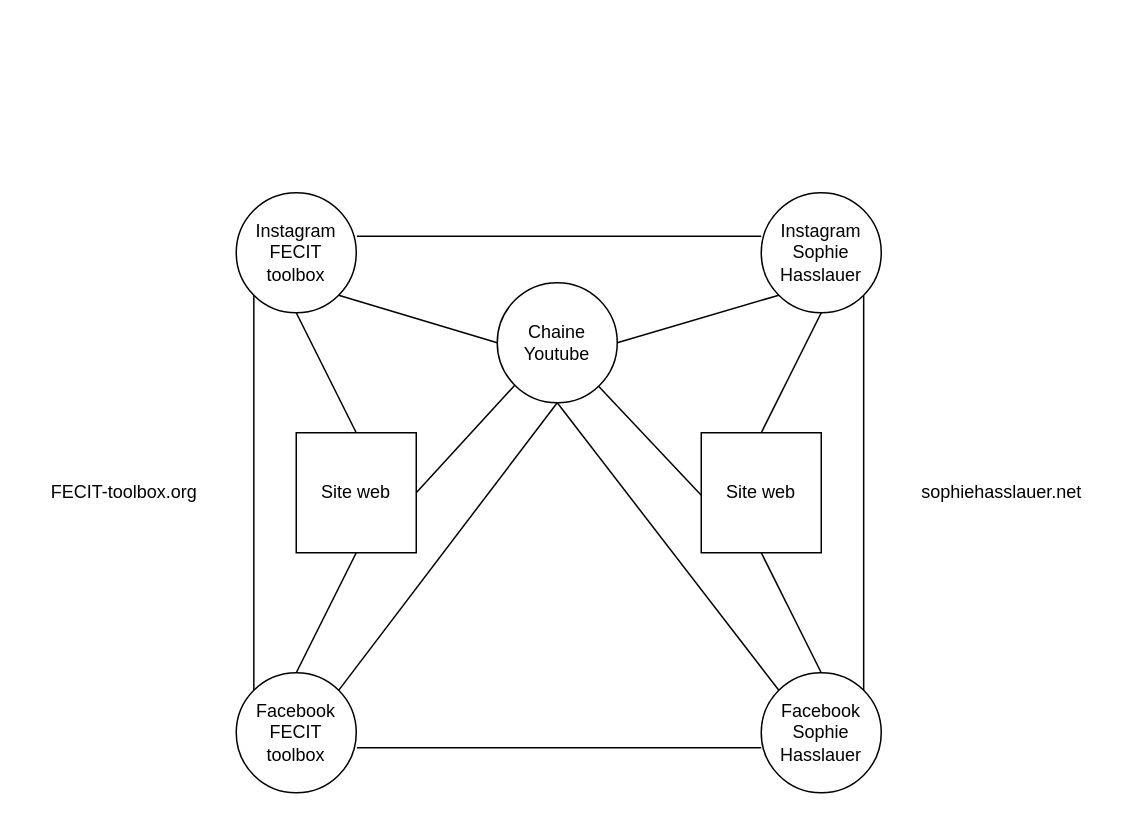
Before: site_rx_sh_fecit.drawio in sebatease/cvperso, a draw.io diagram. Source tidied: cells renumbered, new cells numbered last; positions are measured from the earlier drawing's top-left corner, leaving out a move shared by most shapes. Both pictures are drawn from the tidied source at 150%, with x=0, y=0 at pixel (40, 192).
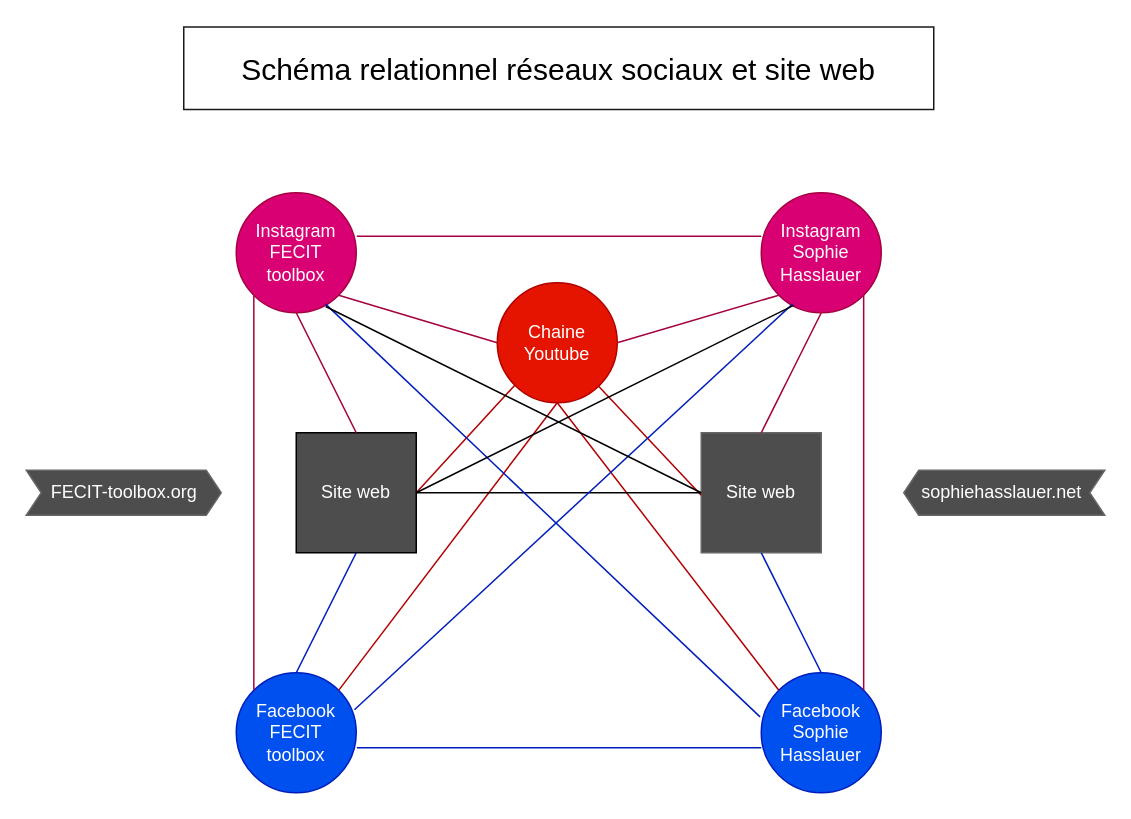
After the change.

The edit, as a diff of the source:
```diff
@@
+    <mxCell id="25" style="rounded=0;whiteSpace=wrap;html=1;fontSize=13;fontColor=#1A1A1A;strokeColor=#1A1A1A;strokeWidth=1;fillColor=none;" parent="1" vertex="1">
+      <mxGeometry x="95" y="-110.5" width="500" height="55" as="geometry" />
+    </mxCell>
+    <mxCell id="26" style="html=1;shadow=0;dashed=0;align=center;verticalAlign=middle;shape=mxgraph.arrows2.arrow;dy=0;dx=10;notch=10;labelBackgroundColor=#4D4D4D;fontColor=#FFFFFF;strokeColor=#666666;fillColor=#4D4D4D;rotation=180;" parent="1" vertex="1">
+      <mxGeometry x="575" y="185" width="134" height="30" as="geometry" />
+    </mxCell>
+    <mxCell id="27" style="html=1;shadow=0;dashed=0;align=center;verticalAlign=middle;shape=mxgraph.arrows2.arrow;dy=0;dx=10;notch=10;labelBackgroundColor=#4D4D4D;fontColor=#FFFFFF;strokeColor=#666666;fillColor=#4D4D4D;" parent="1" vertex="1">
+      <mxGeometry x="-10" y="185" width="130" height="30" as="geometry" />
+    </mxCell>
-    <mxCell id="2" value="Instagram&lt;br&gt;Sophie&lt;br&gt;Hasslauer" style="ellipse;whiteSpace=wrap;html=1;" parent="1" vertex="1">
+    <mxCell id="2" value="Instagram&lt;br&gt;Sophie&lt;br&gt;Hasslauer" style="ellipse;whiteSpace=wrap;html=1;fillColor=#d80073;strokeColor=#A50040;fontColor=#ffffff;" parent="1" vertex="1">
       <mxGeometry x="480" width="80" height="80" as="geometry" />
     </mxCell>
-    <mxCell id="3" value="Site web" style="whiteSpace=wrap;html=1;" parent="1" vertex="1">
+    <mxCell id="3" value="&lt;font color=&quot;#ffffff&quot; style=&quot;background-color: rgb(77 , 77 , 77)&quot;&gt;Site web&lt;/font&gt;" style="whiteSpace=wrap;html=1;strokeColor=#666666;fillColor=#4D4D4D;" parent="1" vertex="1">
       <mxGeometry x="440" y="160" width="80" height="80" as="geometry" />
     </mxCell>
-    <mxCell id="4" value="Site web" style="whiteSpace=wrap;html=1;" parent="1" vertex="1">
+    <mxCell id="4" value="&lt;font color=&quot;#ffffff&quot;&gt;Site web&lt;/font&gt;" style="whiteSpace=wrap;html=1;fillColor=#4D4D4D;" parent="1" vertex="1">
       <mxGeometry x="170" y="160" width="80" height="80" as="geometry" />
     </mxCell>
-    <mxCell id="5" value="Chaine&lt;br&gt;Youtube" style="ellipse;whiteSpace=wrap;html=1;" parent="1" vertex="1">
+    <mxCell id="5" value="Chaine&lt;br&gt;Youtube" style="ellipse;whiteSpace=wrap;html=1;fillColor=#e51400;fontColor=#ffffff;strokeColor=#B20000;" parent="1" vertex="1">
       <mxGeometry x="304" y="60" width="80" height="80" as="geometry" />
     </mxCell>
-    <mxCell id="6" value="FECIT-toolbox.org" style="text;html=1;align=center;verticalAlign=middle;strokeColor=none;fillColor=none;" parent="1" vertex="1">
+    <mxCell id="6" value="FECIT-toolbox.org" style="text;html=1;align=center;verticalAlign=middle;strokeColor=none;fillColor=none;fontColor=#FFFFFF;" parent="1" vertex="1">
       <mxGeometry y="190" width="110" height="20" as="geometry" />
     </mxCell>
-    <mxCell id="7" value="sophiehasslauer.net" style="text;html=1;align=center;verticalAlign=middle;strokeColor=none;fillColor=none;" parent="1" vertex="1">
+    <mxCell id="7" value="sophiehasslauer.net" style="text;html=1;align=center;verticalAlign=middle;strokeColor=none;fillColor=none;fontColor=#FFFFFF;" parent="1" vertex="1">
       <mxGeometry x="580" y="190" width="120" height="20" as="geometry" />
     </mxCell>
-    <mxCell id="8" value="Facebook&lt;br&gt;Sophie&lt;br&gt;Hasslauer" style="ellipse;whiteSpace=wrap;html=1;" parent="1" vertex="1">
+    <mxCell id="8" value="Facebook&lt;br&gt;Sophie&lt;br&gt;Hasslauer" style="ellipse;whiteSpace=wrap;html=1;fillColor=#0050ef;fontColor=#ffffff;strokeColor=#001DBC;" parent="1" vertex="1">
       <mxGeometry x="480" y="320" width="80" height="80" as="geometry" />
     </mxCell>
-    <mxCell id="9" value="Facebook&lt;br&gt;FECIT&lt;br&gt;toolbox" style="ellipse;whiteSpace=wrap;html=1;" parent="1" vertex="1">
+    <mxCell id="9" value="Facebook&lt;br&gt;FECIT&lt;br&gt;toolbox" style="ellipse;whiteSpace=wrap;html=1;fillColor=#0050ef;fontColor=#ffffff;strokeColor=#001DBC;" parent="1" vertex="1">
       <mxGeometry x="130" y="320" width="80" height="80" as="geometry" />
     </mxCell>
-    <mxCell id="10" value="Instagram&lt;br&gt;FECIT&lt;br&gt;toolbox" style="ellipse;whiteSpace=wrap;html=1;" parent="1" vertex="1">
+    <mxCell id="10" value="Instagram&lt;br&gt;FECIT&lt;br&gt;toolbox" style="ellipse;whiteSpace=wrap;html=1;fillColor=#d80073;strokeColor=#A50040;fontColor=#ffffff;" parent="1" vertex="1">
       <mxGeometry x="130" width="80" height="80" as="geometry" />
     </mxCell>
-    <mxCell id="11" style="endArrow=none;html=1;rounded=0;entryX=0;entryY=1;entryDx=0;entryDy=0;exitX=1;exitY=0.5;exitDx=0;exitDy=0;" parent="1" edge="1" source="5" target="2">
+    <mxCell id="11" style="endArrow=none;html=1;rounded=0;entryX=0;entryY=1;entryDx=0;entryDy=0;exitX=1;exitY=0.5;exitDx=0;exitDy=0;fillColor=#d80073;strokeColor=#A50040;" parent="1" edge="1" source="5" target="2">
       <mxGeometry relative="1" as="geometry" />
     </mxCell>
-    <mxCell id="12" style="endArrow=none;html=1;rounded=0;entryX=0;entryY=0.5;entryDx=0;entryDy=0;exitX=1;exitY=1;exitDx=0;exitDy=0;" parent="1" edge="1" source="10" target="5">
+    <mxCell id="12" style="endArrow=none;html=1;rounded=0;entryX=0;entryY=0.5;entryDx=0;entryDy=0;exitX=1;exitY=1;exitDx=0;exitDy=0;fillColor=#d80073;strokeColor=#A50040;" parent="1" edge="1" source="10" target="5">
       <mxGeometry relative="1" as="geometry" />
     </mxCell>
-    <mxCell id="13" style="endArrow=none;html=1;rounded=0;entryX=0;entryY=0.363;entryDx=0;entryDy=0;exitX=1.005;exitY=0.363;exitDx=0;exitDy=0;exitPerimeter=0;entryPerimeter=0;" parent="1" edge="1" source="10" target="2">
+    <mxCell id="13" style="endArrow=none;html=1;rounded=0;entryX=0;entryY=0.363;entryDx=0;entryDy=0;exitX=1.005;exitY=0.363;exitDx=0;exitDy=0;exitPerimeter=0;entryPerimeter=0;fillColor=#d80073;strokeColor=#A50040;" parent="1" edge="1" source="10" target="2">
       <mxGeometry relative="1" as="geometry" />
     </mxCell>
-    <mxCell id="14" style="endArrow=none;html=1;rounded=0;entryX=0;entryY=0.5;entryDx=0;entryDy=0;" parent="1" edge="1" source="5">
+    <mxCell id="14" style="endArrow=none;html=1;rounded=0;entryX=0;entryY=0.5;entryDx=0;entryDy=0;fillColor=#e51400;strokeColor=#B20000;" parent="1" edge="1" source="5">
       <mxGeometry relative="1" as="geometry">
         <mxPoint x="440" y="201.7" as="targetPoint" />
       </mxGeometry>
     </mxCell>
-    <mxCell id="15" style="endArrow=none;html=1;rounded=0;entryX=1;entryY=0.5;entryDx=0;entryDy=0;exitX=0;exitY=1;exitDx=0;exitDy=0;" parent="1" edge="1" source="5" target="4">
+    <mxCell id="15" style="endArrow=none;html=1;rounded=0;entryX=1;entryY=0.5;entryDx=0;entryDy=0;exitX=0;exitY=1;exitDx=0;exitDy=0;fillColor=#e51400;strokeColor=#B20000;" parent="1" edge="1" source="5" target="4">
       <mxGeometry relative="1" as="geometry" />
     </mxCell>
-    <mxCell id="16" style="endArrow=none;html=1;rounded=0;entryX=0;entryY=1;entryDx=0;entryDy=0;exitX=0;exitY=0;exitDx=0;exitDy=0;" parent="1" edge="1" source="9" target="10">
+    <mxCell id="16" style="endArrow=none;html=1;rounded=0;entryX=0;entryY=1;entryDx=0;entryDy=0;exitX=0;exitY=0;exitDx=0;exitDy=0;fillColor=#d80073;strokeColor=#A50040;" parent="1" edge="1" source="9" target="10">
       <mxGeometry relative="1" as="geometry" />
     </mxCell>
-    <mxCell id="17" style="endArrow=none;html=1;rounded=0;entryX=0;entryY=0.363;entryDx=0;entryDy=0;exitX=1.005;exitY=0.363;exitDx=0;exitDy=0;exitPerimeter=0;entryPerimeter=0;" parent="1" edge="1">
+    <mxCell id="17" style="endArrow=none;html=1;rounded=0;entryX=0;entryY=0.363;entryDx=0;entryDy=0;exitX=1.005;exitY=0.363;exitDx=0;exitDy=0;exitPerimeter=0;entryPerimeter=0;fillColor=#0050ef;strokeColor=#001DBC;" parent="1" edge="1">
       <mxGeometry relative="1" as="geometry">
         <mxPoint x="210.4" y="370" as="sourcePoint" />
         <mxPoint x="480" y="370" as="targetPoint" />
       </mxGeometry>
     </mxCell>
-    <mxCell id="18" style="endArrow=none;html=1;rounded=0;entryX=1;entryY=1;entryDx=0;entryDy=0;exitX=1;exitY=0;exitDx=0;exitDy=0;" parent="1" edge="1" source="8" target="2">
+    <mxCell id="18" style="endArrow=none;html=1;rounded=0;entryX=1;entryY=1;entryDx=0;entryDy=0;exitX=1;exitY=0;exitDx=0;exitDy=0;fillColor=#d80073;strokeColor=#A50040;" parent="1" edge="1" source="8" target="2">
       <mxGeometry relative="1" as="geometry" />
     </mxCell>
-    <mxCell id="19" style="endArrow=none;html=1;rounded=0;entryX=0.5;entryY=1;entryDx=0;entryDy=0;exitX=1;exitY=0;exitDx=0;exitDy=0;" parent="1" edge="1" source="9" target="5">
+    <mxCell id="19" style="endArrow=none;html=1;rounded=0;entryX=0.5;entryY=1;entryDx=0;entryDy=0;exitX=1;exitY=0;exitDx=0;exitDy=0;fillColor=#e51400;strokeColor=#B20000;" parent="1" edge="1" source="9" target="5">
       <mxGeometry relative="1" as="geometry" />
     </mxCell>
-    <mxCell id="20" style="endArrow=none;html=1;rounded=0;entryX=0.5;entryY=1;entryDx=0;entryDy=0;exitX=0;exitY=0;exitDx=0;exitDy=0;" parent="1" edge="1" source="8" target="5">
+    <mxCell id="20" style="endArrow=none;html=1;rounded=0;entryX=0.5;entryY=1;entryDx=0;entryDy=0;exitX=0;exitY=0;exitDx=0;exitDy=0;fillColor=#e51400;strokeColor=#B20000;" parent="1" edge="1" source="8" target="5">
       <mxGeometry relative="1" as="geometry" />
     </mxCell>
-    <mxCell id="21" style="endArrow=none;html=1;rounded=0;entryX=0.5;entryY=1;entryDx=0;entryDy=0;exitX=0.5;exitY=0;exitDx=0;exitDy=0;" parent="1" edge="1" source="3" target="2">
+    <mxCell id="21" style="endArrow=none;html=1;rounded=0;entryX=0.5;entryY=1;entryDx=0;entryDy=0;exitX=0.5;exitY=0;exitDx=0;exitDy=0;fillColor=#d80073;strokeColor=#A50040;" parent="1" edge="1" source="3" target="2">
       <mxGeometry relative="1" as="geometry" />
     </mxCell>
-    <mxCell id="22" style="endArrow=none;html=1;rounded=0;entryX=0.5;entryY=1;entryDx=0;entryDy=0;exitX=0.5;exitY=0;exitDx=0;exitDy=0;" parent="1" edge="1" source="9" target="4">
+    <mxCell id="22" style="endArrow=none;html=1;rounded=0;entryX=0.5;entryY=1;entryDx=0;entryDy=0;exitX=0.5;exitY=0;exitDx=0;exitDy=0;fillColor=#0050ef;strokeColor=#001DBC;" parent="1" edge="1" source="9" target="4">
       <mxGeometry relative="1" as="geometry" />
     </mxCell>
-    <mxCell id="23" style="endArrow=none;html=1;rounded=0;entryX=0.5;entryY=0;entryDx=0;entryDy=0;exitX=0.5;exitY=1;exitDx=0;exitDy=0;" parent="1" edge="1" source="3" target="8">
+    <mxCell id="23" style="endArrow=none;html=1;rounded=0;entryX=0.5;entryY=0;entryDx=0;entryDy=0;exitX=0.5;exitY=1;exitDx=0;exitDy=0;fillColor=#0050ef;strokeColor=#001DBC;" parent="1" edge="1" source="3" target="8">
       <mxGeometry relative="1" as="geometry" />
     </mxCell>
-    <mxCell id="24" style="endArrow=none;html=1;rounded=0;entryX=0.5;entryY=1;entryDx=0;entryDy=0;exitX=0.5;exitY=0;exitDx=0;exitDy=0;" parent="1" edge="1" source="4" target="10">
+    <mxCell id="24" style="endArrow=none;html=1;rounded=0;entryX=0.5;entryY=1;entryDx=0;entryDy=0;exitX=0.5;exitY=0;exitDx=0;exitDy=0;fillColor=#d80073;strokeColor=#A50040;" parent="1" edge="1" source="4" target="10">
       <mxGeometry relative="1" as="geometry" />
     </mxCell>
+    <mxCell id="28" style="endArrow=none;html=1;rounded=0;fontColor=#FFFFFF;entryX=0;entryY=0.5;entryDx=0;entryDy=0;exitX=1;exitY=0.5;exitDx=0;exitDy=0;" parent="1" edge="1" source="4" target="3">
+      <mxGeometry relative="1" as="geometry" />
+    </mxCell>
+    <mxCell id="29" style="endArrow=none;html=1;rounded=0;entryX=-0.01;entryY=0.368;entryDx=0;entryDy=0;exitX=0.745;exitY=0.928;exitDx=0;exitDy=0;fillColor=#0050ef;strokeColor=#001DBC;exitPerimeter=0;entryPerimeter=0;" parent="1" edge="1" source="10" target="8">
+      <mxGeometry relative="1" as="geometry" />
+    </mxCell>
+    <mxCell id="30" style="endArrow=none;html=1;rounded=0;entryX=0.985;entryY=0.308;entryDx=0;entryDy=0;exitX=0.26;exitY=0.928;exitDx=0;exitDy=0;fillColor=#0050ef;strokeColor=#001DBC;exitPerimeter=0;entryPerimeter=0;" parent="1" edge="1" source="2" target="9">
+      <mxGeometry relative="1" as="geometry" />
+    </mxCell>
+    <mxCell id="31" style="endArrow=none;html=1;rounded=0;fontColor=#FFFFFF;entryX=0.27;entryY=0.938;entryDx=0;entryDy=0;exitX=1;exitY=0.5;exitDx=0;exitDy=0;entryPerimeter=0;" parent="1" edge="1" source="4" target="2">
+      <mxGeometry relative="1" as="geometry" />
+    </mxCell>
+    <mxCell id="32" style="endArrow=none;html=1;rounded=0;fontColor=#FFFFFF;exitX=0.745;exitY=0.948;exitDx=0;exitDy=0;exitPerimeter=0;entryX=0;entryY=0.5;entryDx=0;entryDy=0;" parent="1" edge="1" source="10" target="3">
+      <mxGeometry relative="1" as="geometry" />
+    </mxCell>
+    <mxCell id="33" value="Schéma relationnel réseaux sociaux et site web" style="text;html=1;strokeColor=none;fillColor=none;align=center;verticalAlign=middle;whiteSpace=wrap;rounded=0;fontSize=20;" parent="1" vertex="1">
+      <mxGeometry x="115" y="-98" width="460" height="30" as="geometry" />
+    </mxCell>
```
